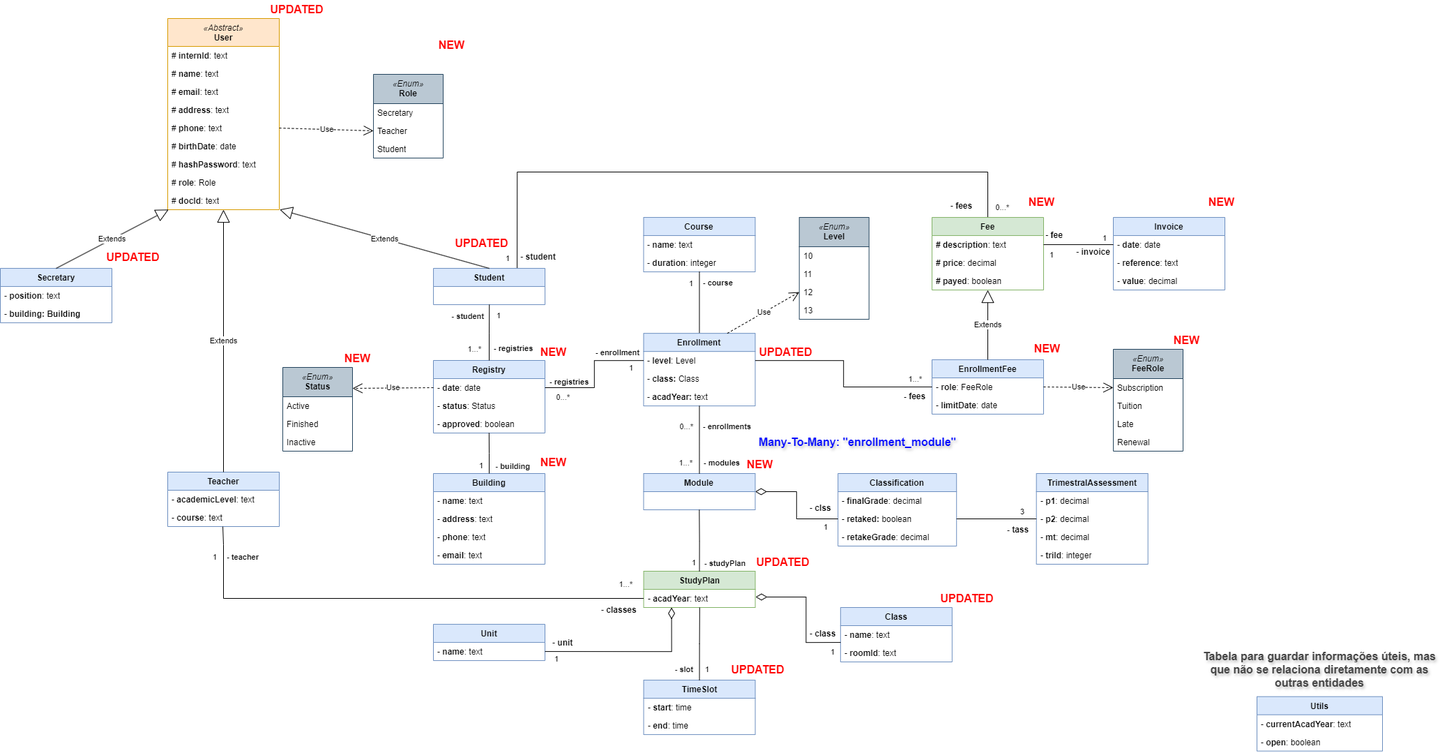
Joaquim-Claudio/Imptel-Online_P.D.S-2024-2025 keeps this draw.io diagram as documentation/data-model.drawio.png. Above is the earlier version. Source tidied: cells renumbered, new cells last; positions are measured from the earlier drawing's top-left corner, leaving out a move shared by most shapes.
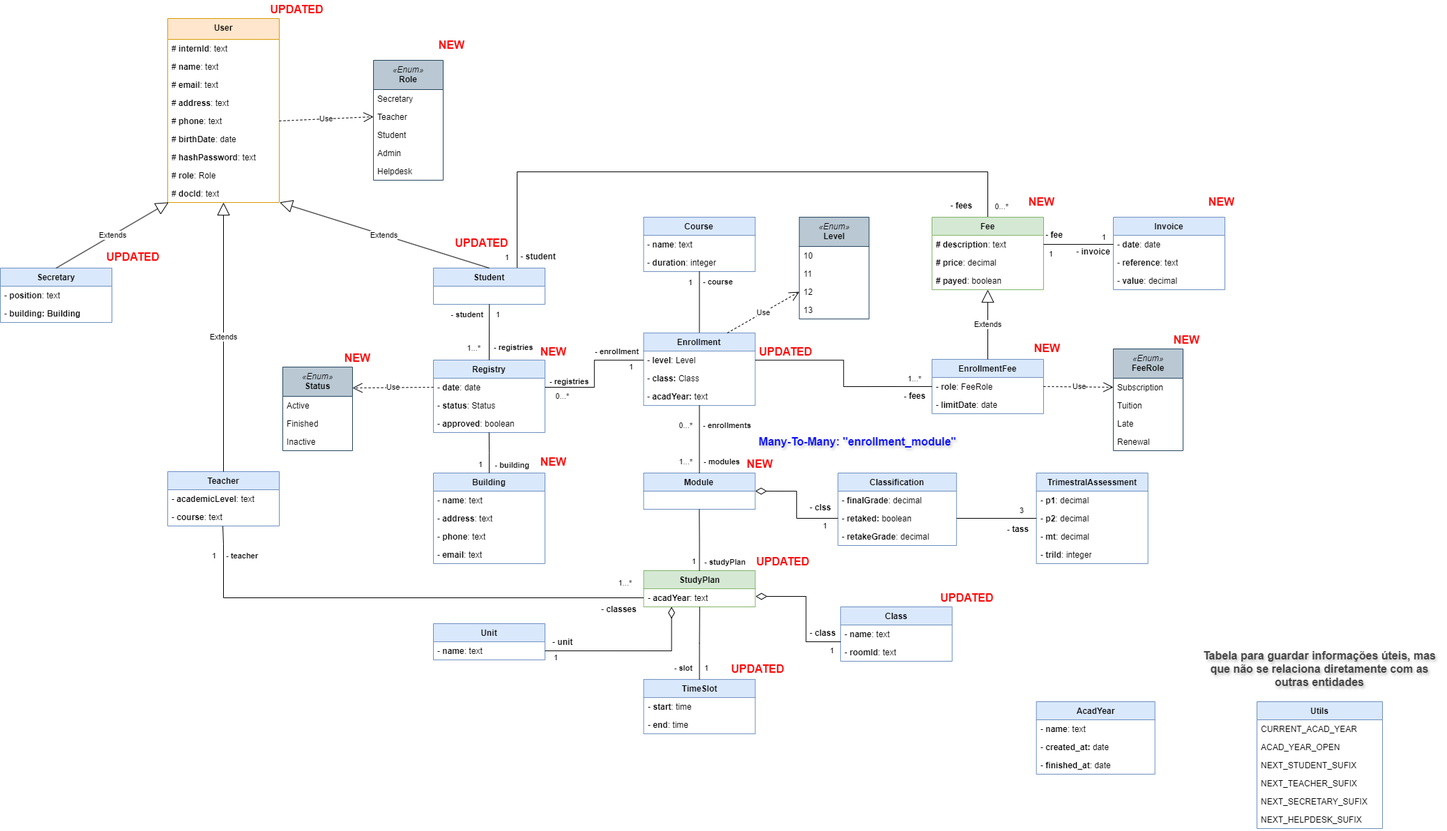
The same file after the commit.

Commit message:
Added some some extra tables to persist important configuration data.

Diff of the diagram source:
```diff
@@ -2,35 +2,35 @@
   <root>
     <mxCell id="0" />
     <mxCell id="1" parent="0" />
-    <mxCell id="2" value="&lt;div&gt;&lt;i style=&quot;font-weight: normal;&quot;&gt;«Abstract»&lt;/i&gt;&lt;/div&gt;User" style="swimlane;fontStyle=1;align=center;verticalAlign=top;horizontal=1;startSize=40;whiteSpace=wrap;html=1;fillColor=#ffe6cc;strokeColor=#d79b00;" parent="1" vertex="1">
-      <mxGeometry x="240" y="26" width="160" height="274" as="geometry" />
+    <mxCell id="2" value="&lt;div&gt;&lt;span style=&quot;background-color: initial;&quot;&gt;User&lt;/span&gt;&lt;br&gt;&lt;/div&gt;" style="swimlane;fontStyle=1;align=center;verticalAlign=top;horizontal=1;startSize=30;whiteSpace=wrap;html=1;fillColor=#ffe6cc;strokeColor=#d79b00;" parent="1" vertex="1">
+      <mxGeometry x="240" y="26" width="160" height="264" as="geometry" />
     </mxCell>
     <mxCell id="3" value="#&lt;b&gt; internId&lt;/b&gt;: text" style="text;strokeColor=none;fillColor=none;align=left;verticalAlign=top;spacingLeft=4;spacingRight=4;overflow=hidden;whiteSpace=wrap;html=1;" parent="2" vertex="1">
-      <mxGeometry y="40" width="160" height="26" as="geometry" />
+      <mxGeometry y="30" width="160" height="26" as="geometry" />
     </mxCell>
     <mxCell id="4" value="# &lt;b&gt;name&lt;/b&gt;: text" style="text;strokeColor=none;fillColor=none;align=left;verticalAlign=top;spacingLeft=4;spacingRight=4;overflow=hidden;whiteSpace=wrap;html=1;" parent="2" vertex="1">
-      <mxGeometry y="66" width="160" height="26" as="geometry" />
+      <mxGeometry y="56" width="160" height="26" as="geometry" />
     </mxCell>
     <mxCell id="5" value="# &lt;b&gt;email&lt;/b&gt;: text" style="text;strokeColor=none;fillColor=none;align=left;verticalAlign=top;spacingLeft=4;spacingRight=4;overflow=hidden;whiteSpace=wrap;html=1;" parent="2" vertex="1">
-      <mxGeometry y="92" width="160" height="26" as="geometry" />
+      <mxGeometry y="82" width="160" height="26" as="geometry" />
     </mxCell>
     <mxCell id="6" value="# &lt;b&gt;address&lt;/b&gt;: text" style="text;strokeColor=none;fillColor=none;align=left;verticalAlign=top;spacingLeft=4;spacingRight=4;overflow=hidden;whiteSpace=wrap;html=1;" parent="2" vertex="1">
-      <mxGeometry y="118" width="160" height="26" as="geometry" />
+      <mxGeometry y="108" width="160" height="26" as="geometry" />
     </mxCell>
     <mxCell id="7" value="# &lt;b&gt;phone&lt;/b&gt;: text" style="text;strokeColor=none;fillColor=none;align=left;verticalAlign=top;spacingLeft=4;spacingRight=4;overflow=hidden;points=[[0,0.5],[1,0.5]];portConstraint=eastwest;whiteSpace=wrap;html=1;" parent="2" vertex="1">
-      <mxGeometry y="144" width="160" height="26" as="geometry" />
+      <mxGeometry y="134" width="160" height="26" as="geometry" />
     </mxCell>
     <mxCell id="8" value="# &lt;b&gt;birthDate&lt;/b&gt;: date" style="text;strokeColor=none;fillColor=none;align=left;verticalAlign=top;spacingLeft=4;spacingRight=4;overflow=hidden;whiteSpace=wrap;html=1;" parent="2" vertex="1">
-      <mxGeometry y="170" width="160" height="26" as="geometry" />
+      <mxGeometry y="160" width="160" height="26" as="geometry" />
     </mxCell>
     <mxCell id="9" value="# &lt;b&gt;hashPassword&lt;/b&gt;: text" style="text;strokeColor=none;fillColor=none;align=left;verticalAlign=top;spacingLeft=4;spacingRight=4;overflow=hidden;whiteSpace=wrap;html=1;" parent="2" vertex="1">
-      <mxGeometry y="196" width="160" height="26" as="geometry" />
+      <mxGeometry y="186" width="160" height="26" as="geometry" />
     </mxCell>
     <mxCell id="10" value="# &lt;b&gt;role&lt;/b&gt;: Role" style="text;strokeColor=none;fillColor=none;align=left;verticalAlign=top;spacingLeft=4;spacingRight=4;overflow=hidden;whiteSpace=wrap;html=1;" parent="2" vertex="1">
-      <mxGeometry y="222" width="160" height="26" as="geometry" />
+      <mxGeometry y="212" width="160" height="26" as="geometry" />
     </mxCell>
     <mxCell id="11" value="# &lt;b&gt;docId&lt;/b&gt;: text" style="text;strokeColor=none;fillColor=none;align=left;verticalAlign=top;spacingLeft=4;spacingRight=4;overflow=hidden;points=[[0,0.5],[1,0.5]];portConstraint=eastwest;whiteSpace=wrap;html=1;" parent="2" vertex="1">
-      <mxGeometry y="248" width="160" height="26" as="geometry" />
+      <mxGeometry y="238" width="160" height="26" as="geometry" />
     </mxCell>
     <mxCell id="12" value="Secretary" style="swimlane;fontStyle=1;align=center;verticalAlign=top;horizontal=1;startSize=26;whiteSpace=wrap;html=1;fillColor=#dae8fc;strokeColor=#6c8ebf;" parent="1" vertex="1">
       <mxGeometry y="384.1" width="160" height="78" as="geometry" />
@@ -270,7 +270,7 @@
       <mxGeometry x="997.5" y="813" as="geometry" />
     </mxCell>
     <mxCell id="84" value="&lt;div&gt;&lt;i style=&quot;font-weight: normal;&quot;&gt;«Enum»&lt;/i&gt;&lt;/div&gt;&lt;div&gt;&lt;span style=&quot;text-align: left;&quot;&gt;Role&lt;/span&gt;&lt;/div&gt;" style="swimlane;fontStyle=1;align=center;verticalAlign=top;horizontal=1;startSize=42;whiteSpace=wrap;html=1;fillColor=#bac8d3;strokeColor=#23445d;" parent="1" vertex="1">
-      <mxGeometry x="535.1" y="106" width="100" height="120" as="geometry" />
+      <mxGeometry x="535.1" y="86" width="100" height="172" as="geometry" />
     </mxCell>
     <mxCell id="85" value="Secretary" style="text;strokeColor=none;fillColor=none;align=left;verticalAlign=top;spacingLeft=4;spacingRight=4;overflow=hidden;whiteSpace=wrap;html=1;" parent="84" vertex="1">
       <mxGeometry y="42" width="100" height="26" as="geometry" />
@@ -281,6 +281,12 @@
     <mxCell id="87" value="Student" style="text;strokeColor=none;fillColor=none;align=left;verticalAlign=top;spacingLeft=4;spacingRight=4;overflow=hidden;whiteSpace=wrap;html=1;" parent="84" vertex="1">
       <mxGeometry y="94" width="100" height="26" as="geometry" />
     </mxCell>
+    <mxCell id="170" value="Admin" style="text;strokeColor=none;fillColor=none;align=left;verticalAlign=top;spacingLeft=4;spacingRight=4;overflow=hidden;whiteSpace=wrap;html=1;" parent="84" vertex="1">
+      <mxGeometry y="120" width="100" height="26" as="geometry" />
+    </mxCell>
+    <mxCell id="171" value="Helpdesk" style="text;strokeColor=none;fillColor=none;align=left;verticalAlign=top;spacingLeft=4;spacingRight=4;overflow=hidden;whiteSpace=wrap;html=1;" parent="84" vertex="1">
+      <mxGeometry y="146" width="100" height="26" as="geometry" />
+    </mxCell>
     <mxCell id="88" value="Use" style="endArrow=open;endSize=12;dashed=1;html=1;rounded=0;exitX=1;exitY=0.5;exitDx=0;exitDy=0;entryX=0;entryY=0.5;entryDx=0;entryDy=0;" parent="1" edge="1" source="7" target="86">
       <mxGeometry relative="1" as="geometry" />
     </mxCell>
@@ -519,14 +525,26 @@
       <mxGeometry x="1046" y="946.1" width="80.3" height="26" as="geometry" />
     </mxCell>
     <mxCell id="163" value="Utils" style="swimlane;fontStyle=1;align=center;verticalAlign=top;horizontal=1;startSize=26;whiteSpace=wrap;html=1;fillColor=#dae8fc;strokeColor=#6c8ebf;" parent="1" vertex="1">
-      <mxGeometry x="1802" y="997.7" width="180" height="78" as="geometry" />
+      <mxGeometry x="1802" y="1006" width="180" height="182" as="geometry" />
     </mxCell>
-    <mxCell id="164" value="- &lt;b&gt;currentAcadYear&lt;/b&gt;: text" style="text;strokeColor=none;fillColor=none;align=left;verticalAlign=top;spacingLeft=4;spacingRight=4;overflow=hidden;whiteSpace=wrap;html=1;" parent="163" vertex="1">
+    <mxCell id="164" value="CURRENT_ACAD_YEAR" style="text;strokeColor=none;fillColor=none;align=left;verticalAlign=top;spacingLeft=4;spacingRight=4;overflow=hidden;whiteSpace=wrap;html=1;" parent="163" vertex="1">
       <mxGeometry y="26" width="180" height="26" as="geometry" />
     </mxCell>
-    <mxCell id="165" value="- &lt;b&gt;open&lt;/b&gt;: boolean" style="text;strokeColor=none;fillColor=none;align=left;verticalAlign=top;spacingLeft=4;spacingRight=4;overflow=hidden;whiteSpace=wrap;html=1;" parent="163" vertex="1">
+    <mxCell id="165" value="ACAD_YEAR_OPEN" style="text;strokeColor=none;fillColor=none;align=left;verticalAlign=top;spacingLeft=4;spacingRight=4;overflow=hidden;whiteSpace=wrap;html=1;" parent="163" vertex="1">
       <mxGeometry y="52" width="180" height="26" as="geometry" />
     </mxCell>
+    <mxCell id="172" value="NEXT_STUDENT_SUFIX" style="text;strokeColor=none;fillColor=none;align=left;verticalAlign=top;spacingLeft=4;spacingRight=4;overflow=hidden;whiteSpace=wrap;html=1;" parent="163" vertex="1">
+      <mxGeometry y="78" width="180" height="26" as="geometry" />
+    </mxCell>
+    <mxCell id="173" value="NEXT_TEACHER_SUFIX" style="text;strokeColor=none;fillColor=none;align=left;verticalAlign=top;spacingLeft=4;spacingRight=4;overflow=hidden;whiteSpace=wrap;html=1;" parent="163" vertex="1">
+      <mxGeometry y="104" width="180" height="26" as="geometry" />
+    </mxCell>
+    <mxCell id="174" value="NEXT_SECRETARY_SUFIX" style="text;strokeColor=none;fillColor=none;align=left;verticalAlign=top;spacingLeft=4;spacingRight=4;overflow=hidden;whiteSpace=wrap;html=1;" parent="163" vertex="1">
+      <mxGeometry y="130" width="180" height="26" as="geometry" />
+    </mxCell>
+    <mxCell id="175" value="NEXT_HELPDESK_SUFIX" style="text;strokeColor=none;fillColor=none;align=left;verticalAlign=top;spacingLeft=4;spacingRight=4;overflow=hidden;whiteSpace=wrap;html=1;" parent="163" vertex="1">
+      <mxGeometry y="156" width="180" height="26" as="geometry" />
+    </mxCell>
     <mxCell id="166" value="Tabela para guardar informações úteis, mas que não se relaciona diretamente com as outras entidades" style="text;align=center;fontStyle=1;verticalAlign=middle;spacingLeft=3;spacingRight=3;html=1;fontColor=#454545;fontSize=16;textShadow=1;whiteSpace=wrap;" parent="1" vertex="1">
       <mxGeometry x="1710" y="924.1" width="364" height="70" as="geometry" />
     </mxCell>
@@ -541,5 +559,17 @@
     <mxCell id="169" value="UPDATED" style="text;align=center;fontStyle=1;verticalAlign=middle;spacingLeft=3;spacingRight=3;html=1;fontColor=#ff0000;fontSize=16;" parent="1" vertex="1">
       <mxGeometry x="649.7" y="334.7" width="80.3" height="26" as="geometry" />
     </mxCell>
+    <mxCell id="176" value="AcadYear" style="swimlane;fontStyle=1;align=center;verticalAlign=top;horizontal=1;startSize=26;whiteSpace=wrap;html=1;fillColor=#dae8fc;strokeColor=#6c8ebf;" parent="1" vertex="1">
+      <mxGeometry x="1485.7" y="1006" width="170" height="104" as="geometry" />
+    </mxCell>
+    <mxCell id="177" value="- &lt;b&gt;name&lt;/b&gt;: text" style="text;strokeColor=none;fillColor=none;align=left;verticalAlign=top;spacingLeft=4;spacingRight=4;overflow=hidden;whiteSpace=wrap;html=1;" parent="176" vertex="1">
+      <mxGeometry y="26" width="170" height="26" as="geometry" />
+    </mxCell>
+    <mxCell id="178" value="- &lt;b&gt;created_at: &lt;/b&gt;date" style="text;strokeColor=none;fillColor=none;align=left;verticalAlign=top;spacingLeft=4;spacingRight=4;overflow=hidden;whiteSpace=wrap;html=1;" parent="176" vertex="1">
+      <mxGeometry y="52" width="170" height="26" as="geometry" />
+    </mxCell>
+    <mxCell id="179" value="- &lt;b&gt;finished_at&lt;/b&gt;: date" style="text;strokeColor=none;fillColor=none;align=left;verticalAlign=top;spacingLeft=4;spacingRight=4;overflow=hidden;whiteSpace=wrap;html=1;" parent="176" vertex="1">
+      <mxGeometry y="78" width="170" height="26" as="geometry" />
+    </mxCell>
   </root>
 </mxGraphModel>
```
